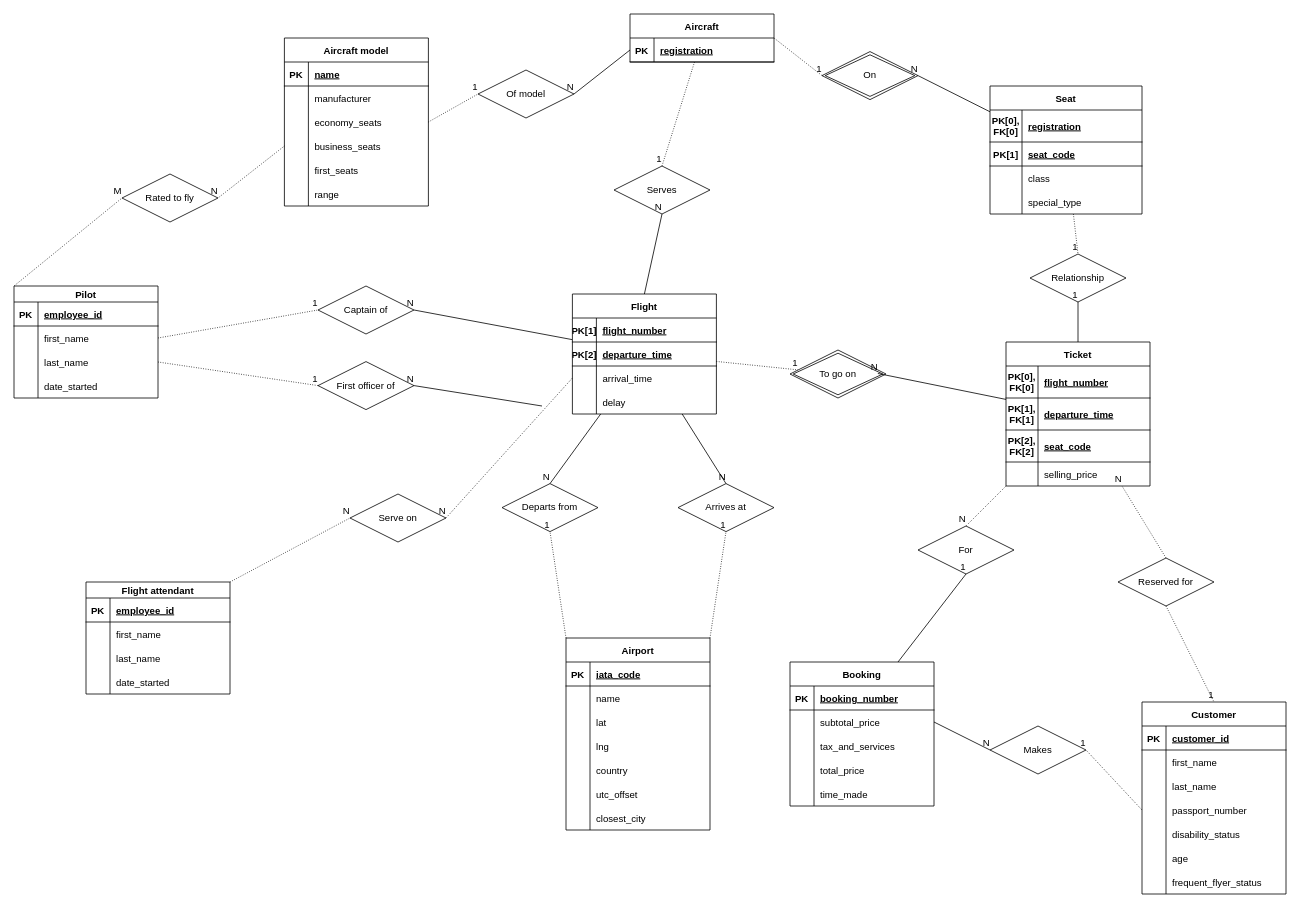
This is Airline system ER diagram.drawio from lyulka/comp3278, a draw.io file, before an edit. Source tidied: cells renumbered, new cells numbered last; positions are measured from the earlier drawing's top-left corner, leaving out a move shared by most shapes. Both pictures are drawn from the tidied source at 80%, with x=0, y=0 at pixel (14, 14).
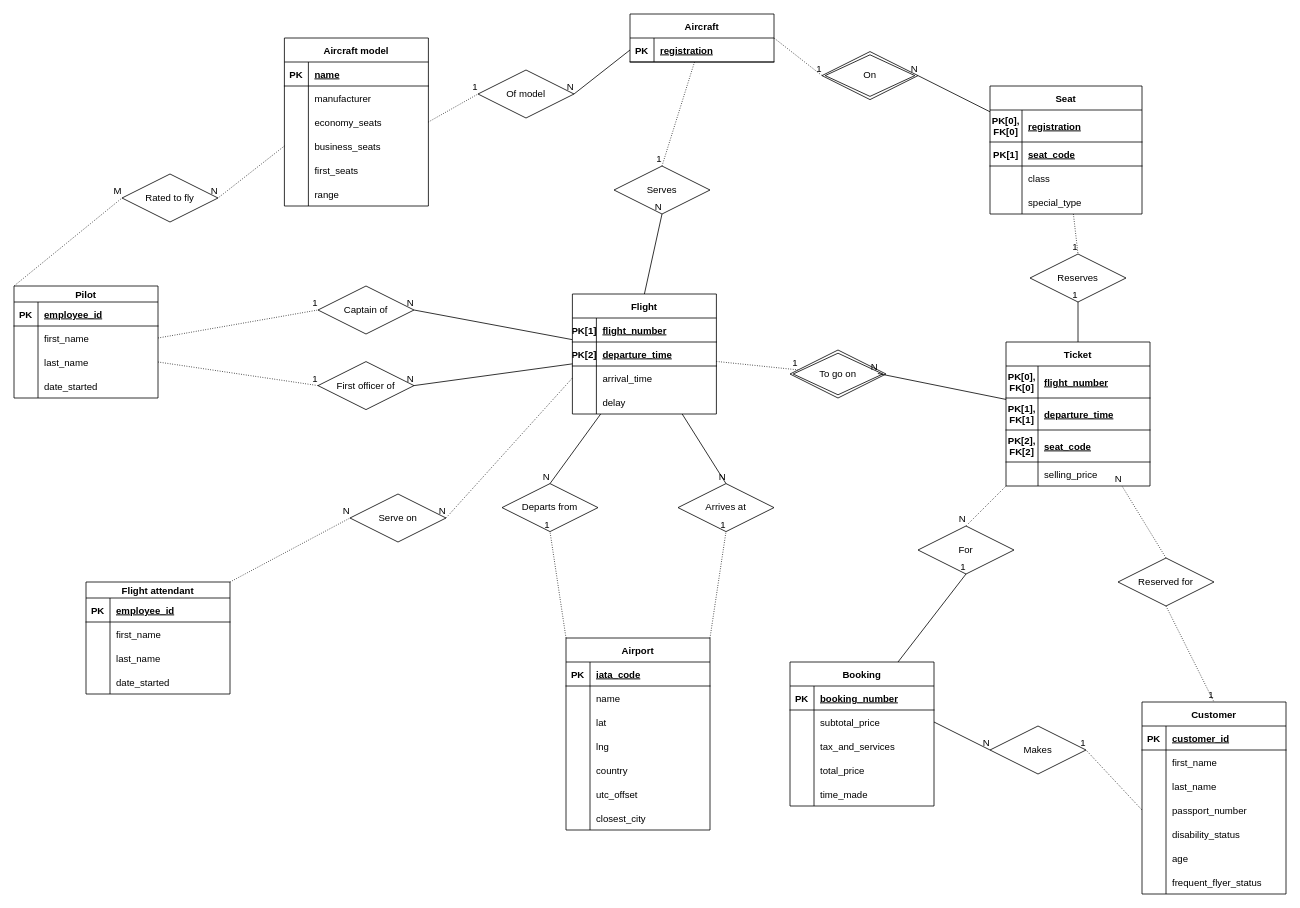
After the change.

Commit message:
Fix orphaned relationship connection

Unchanged cells that the change refers to:
```xml
<mxCell id="2" value="Flight" style="shape=table;startSize=30;childLayout=tableLayout;rowLines=0;fontStyle=1;align=center;" parent="1" vertex="1">
  <mxGeometry x="698" y="350" width="180" height="150" as="geometry" />
</mxCell>
<mxCell id="58" value="First officer of" style="shape=rhombus;perimeter=rhombusPerimeter;whiteSpace=wrap;html=1;align=center;" parent="1" vertex="1">
  <mxGeometry x="380" y="434.5" width="120" height="60" as="geometry" />
</mxCell>
```

Change to the diagram source:
```diff
@@
-    <mxCell id="204" style="endArrow=none;html=1;rounded=0;entryX=1;entryY=0.5;entryDx=0;entryDy=0;exitX=0;exitY=0.5;exitDx=0;exitDy=0;" parent="1" edge="1" target="58">
-      <mxGeometry relative="1" as="geometry">
-        <mxPoint x="660" y="490" as="sourcePoint" />
-      </mxGeometry>
+    <mxCell id="204" style="endArrow=none;html=1;rounded=0;entryX=1;entryY=0.5;entryDx=0;entryDy=0;" parent="1" edge="1" source="2" target="58">
+      <mxGeometry relative="1" as="geometry" />
     </mxCell>
@@
-    <mxCell id="217" value="Relationship" style="shape=rhombus;perimeter=rhombusPerimeter;whiteSpace=wrap;html=1;align=center;" parent="1" vertex="1">
+    <mxCell id="217" value="Reserves" style="shape=rhombus;perimeter=rhombusPerimeter;whiteSpace=wrap;html=1;align=center;" parent="1" vertex="1">
       <mxGeometry x="1270" y="300" width="120" height="60" as="geometry" />
     </mxCell>
```
